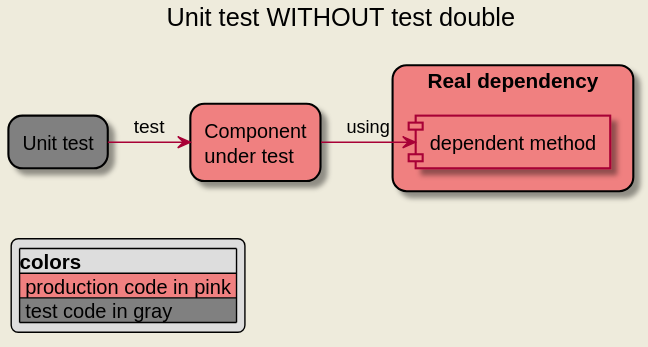
Earlier version of the PlantUML export readme-resources/test-double-before.svg (JulienRobberechts/nodejs-test-double-guide).
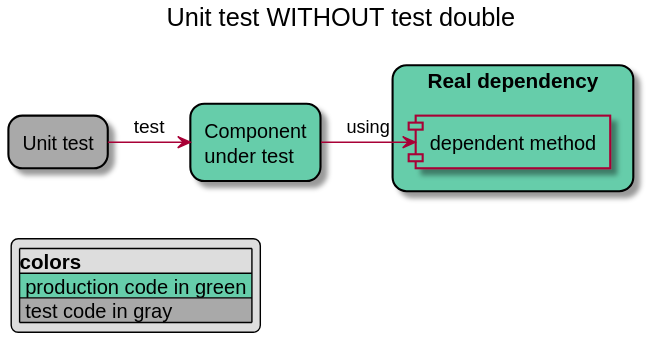
Later version of the same file.

The edit, as a diff of the source:
```diff
@@ -1,5 +1,5 @@
 @startuml
-skinparam backgroundColor #EEEBDC
+skinparam backgroundColor White
 
 title
   Unit test WITHOUT test double
@@ -9,12 +9,12 @@
     roundCorner 20
 }
 
-rectangle "Unit test" as UnitTest #gray
+rectangle "Unit test" as UnitTest #DarkGrey
 
-rectangle "Component\nunder test" as cut #LightCoral
+rectangle "Component\nunder test" as cut #MediumAquaMarine
 
-rectangle "Real dependency" as RealDependency #LightCoral {
-  component "dependent method" as RealDependencyMut #LightCoral
+rectangle "Real dependency" as RealDependency #MediumAquaMarine {
+  component "dependent method" as RealDependencyMut #MediumAquaMarine
 }
 
 UnitTest -> cut: test
@@ -22,8 +22,8 @@
 
 legend left
 |colors|
-|<#LightCoral> production code in pink |
-|<#gray> test code in gray |
+|<#MediumAquaMarine> production code in green |
+|<#DarkGrey> test code in gray |
 endlegend
 
 @enduml
```
